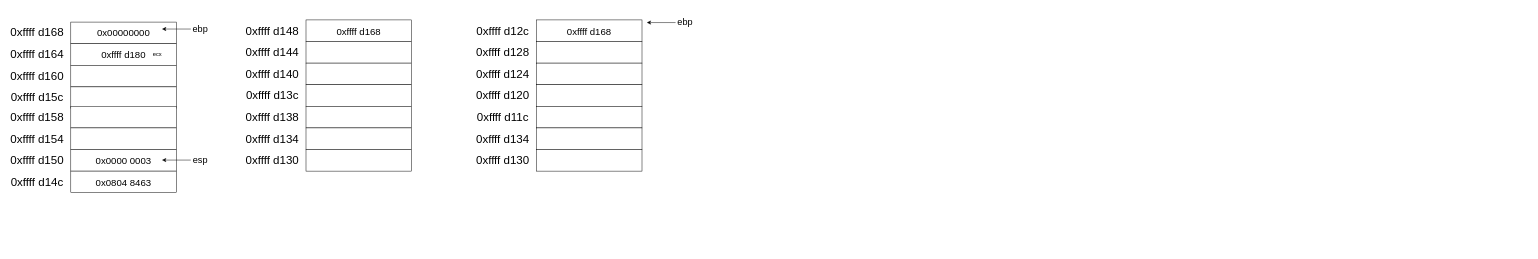
IRiDecenT/graph keeps this draw.io diagram as page "第 11 页" (11 of 11) of ICS实验5.drawio. Above is the earlier version. Source tidied: cells renumbered, new cells numbered last; positions are measured from the earlier drawing's top-left corner, leaving out a move shared by most shapes. Both pictures are drawn from the tidied source at 48%, with x=0, y=0 at pixel (8, 15).
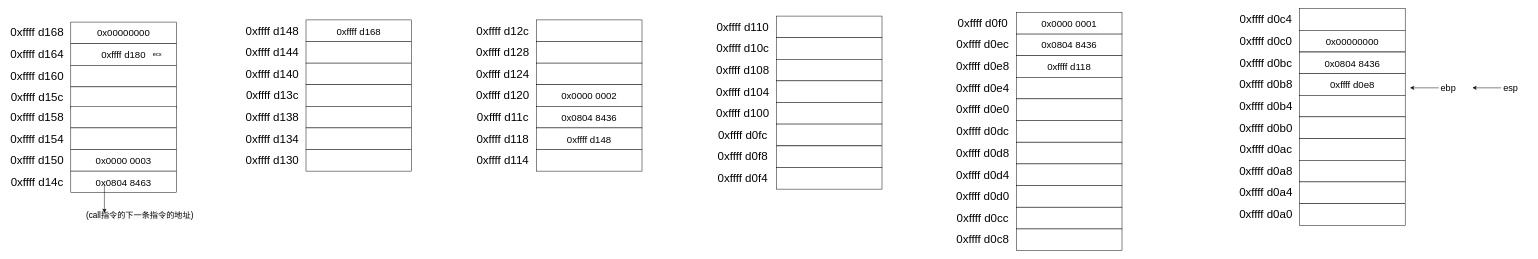
The same page after the edit.

Diff of the diagram source:
```diff
@@
     <mxCell id="19" value="&lt;font style=&quot;font-size: 19px;&quot;&gt;ebp&lt;/font&gt;" style="text;html=1;strokeColor=none;fillColor=none;align=center;verticalAlign=middle;whiteSpace=wrap;rounded=0;fontSize=19;fontStyle=0;" parent="1" vertex="1">
-      <mxGeometry x="360" y="13.5" width="80" height="30" as="geometry" />
+      <mxGeometry x="2960" y="136" width="80" height="30" as="geometry" />
     </mxCell>
     <mxCell id="20" style="endArrow=classic;html=1;rounded=0;fontStyle=0;fontSize=19;" parent="1" edge="1">
       <mxGeometry relative="1" as="geometry">
-        <mxPoint x="380" y="28" as="sourcePoint" />
-        <mxPoint x="320" y="28" as="targetPoint" />
+        <mxPoint x="2980" y="150.5" as="sourcePoint" />
+        <mxPoint x="2920" y="150.5" as="targetPoint" />
       </mxGeometry>
     </mxCell>
@@
-    <mxCell id="35" value="&lt;font style=&quot;font-size: 19px;&quot;&gt;ebp&lt;/font&gt;" style="text;html=1;strokeColor=none;fillColor=none;align=center;verticalAlign=middle;whiteSpace=wrap;rounded=0;fontSize=19;fontStyle=0;" parent="1" vertex="1">
-      <mxGeometry x="1370" width="80" height="30" as="geometry" />
-    </mxCell>
-    <mxCell id="36" style="endArrow=classic;html=1;rounded=0;fontStyle=0;fontSize=19;" parent="1" edge="1">
-      <mxGeometry relative="1" as="geometry">
-        <mxPoint x="1390" y="14.5" as="sourcePoint" />
-        <mxPoint x="1330" y="14.5" as="targetPoint" />
-      </mxGeometry>
-    </mxCell>
@@
-    <mxCell id="38" value="0xffff d168" style="rounded=0;whiteSpace=wrap;html=1;fontSize=20;" parent="1" vertex="1">
+    <mxCell id="38" style="rounded=0;whiteSpace=wrap;html=1;fontSize=20;" parent="1" vertex="1">
       <mxGeometry x="1100" y="9" width="220" height="45" as="geometry" />
     </mxCell>
@@
-    <mxCell id="44" style="rounded=0;whiteSpace=wrap;html=1;fontSize=20;" parent="1" vertex="1">
+    <mxCell id="44" value="0x0000 0002" style="rounded=0;whiteSpace=wrap;html=1;fontSize=20;" parent="1" vertex="1">
       <mxGeometry x="1100" y="144" width="220" height="45" as="geometry" />
     </mxCell>
@@
-    <mxCell id="46" style="rounded=0;whiteSpace=wrap;html=1;fontSize=20;" parent="1" vertex="1">
+    <mxCell id="46" value="0x0804 8436" style="rounded=0;whiteSpace=wrap;html=1;fontSize=20;" parent="1" vertex="1">
       <mxGeometry x="1100" y="189" width="220" height="45" as="geometry" />
     </mxCell>
-    <mxCell id="47" value="&lt;font style=&quot;font-size: 24px;&quot;&gt;0xffff d134&lt;/font&gt;" style="text;html=1;strokeColor=none;fillColor=none;align=center;verticalAlign=middle;whiteSpace=wrap;rounded=0;" parent="1" vertex="1">
+    <mxCell id="47" value="&lt;font style=&quot;font-size: 24px;&quot;&gt;0xffff d118&lt;/font&gt;" style="text;html=1;strokeColor=none;fillColor=none;align=center;verticalAlign=middle;whiteSpace=wrap;rounded=0;" parent="1" vertex="1">
       <mxGeometry x="970" y="241.5" width="120" height="30" as="geometry" />
     </mxCell>
-    <mxCell id="48" style="rounded=0;whiteSpace=wrap;html=1;fontSize=20;" parent="1" vertex="1">
+    <mxCell id="48" value="0xffff d148" style="rounded=0;whiteSpace=wrap;html=1;fontSize=20;" parent="1" vertex="1">
       <mxGeometry x="1100" y="234" width="220" height="45" as="geometry" />
     </mxCell>
-    <mxCell id="49" value="&lt;font style=&quot;font-size: 24px;&quot;&gt;0xffff d130&lt;/font&gt;" style="text;html=1;strokeColor=none;fillColor=none;align=center;verticalAlign=middle;whiteSpace=wrap;rounded=0;" parent="1" vertex="1">
+    <mxCell id="49" value="&lt;font style=&quot;font-size: 24px;&quot;&gt;0xffff d114&lt;/font&gt;" style="text;html=1;strokeColor=none;fillColor=none;align=center;verticalAlign=middle;whiteSpace=wrap;rounded=0;" parent="1" vertex="1">
       <mxGeometry x="970" y="286.5" width="120" height="30" as="geometry" />
     </mxCell>
@@
     <mxCell id="51" value="&lt;font style=&quot;font-size: 19px;&quot;&gt;esp&lt;/font&gt;" style="text;html=1;strokeColor=none;fillColor=none;align=center;verticalAlign=middle;whiteSpace=wrap;rounded=0;fontSize=19;fontStyle=0;" parent="1" vertex="1">
-      <mxGeometry x="360" y="286.5" width="80" height="30" as="geometry" />
+      <mxGeometry x="3090" y="136" width="80" height="30" as="geometry" />
     </mxCell>
     <mxCell id="52" style="endArrow=classic;html=1;rounded=0;fontStyle=0;fontSize=19;" parent="1" edge="1">
       <mxGeometry relative="1" as="geometry">
-        <mxPoint x="380" y="301" as="sourcePoint" />
-        <mxPoint x="320" y="301" as="targetPoint" />
+        <mxPoint x="3110" y="150.5" as="sourcePoint" />
+        <mxPoint x="3050" y="150.5" as="targetPoint" />
       </mxGeometry>
     </mxCell>
+    <mxCell id="53" style="endArrow=classic;html=1;rounded=0;" parent="1" edge="1">
+      <mxGeometry relative="1" as="geometry">
+        <mxPoint x="200" y="351" as="sourcePoint" />
+        <mxPoint x="200" y="411" as="targetPoint" />
+      </mxGeometry>
+    </mxCell>
+    <mxCell id="54" value="&lt;span style=&quot;color: rgb(0, 0, 0); font-family: Helvetica; font-style: normal; font-variant-ligatures: normal; font-variant-caps: normal; font-weight: 400; letter-spacing: normal; orphans: 2; text-align: center; text-indent: 0px; text-transform: none; widows: 2; word-spacing: 0px; -webkit-text-stroke-width: 0px; background-color: rgb(251, 251, 251); text-decoration-thickness: initial; text-decoration-style: initial; text-decoration-color: initial; float: none; display: inline !important;&quot;&gt;&lt;font style=&quot;font-size: 17px;&quot;&gt;(call指令的下一条指令的地址)&lt;/font&gt;&lt;/span&gt;" style="text;whiteSpace=wrap;html=1;" parent="1" vertex="1">
+      <mxGeometry x="160" y="401" width="240" height="50" as="geometry" />
+    </mxCell>
+    <mxCell id="55" value="&lt;font style=&quot;font-size: 24px;&quot;&gt;0xffff d110&lt;/font&gt;" style="text;html=1;strokeColor=none;fillColor=none;align=center;verticalAlign=middle;whiteSpace=wrap;rounded=0;" parent="1" vertex="1">
+      <mxGeometry x="1470" y="8.5" width="120" height="30" as="geometry" />
+    </mxCell>
+    <mxCell id="56" style="rounded=0;whiteSpace=wrap;html=1;fontSize=20;" parent="1" vertex="1">
+      <mxGeometry x="1600" y="1" width="220" height="45" as="geometry" />
+    </mxCell>
+    <mxCell id="57" value="&lt;font style=&quot;font-size: 24px;&quot;&gt;0xffff d10c&lt;/font&gt;" style="text;html=1;strokeColor=none;fillColor=none;align=center;verticalAlign=middle;whiteSpace=wrap;rounded=0;" parent="1" vertex="1">
+      <mxGeometry x="1470" y="53.5" width="120" height="30" as="geometry" />
+    </mxCell>
+    <mxCell id="58" style="rounded=0;whiteSpace=wrap;html=1;fontSize=20;" parent="1" vertex="1">
+      <mxGeometry x="1600" y="46" width="220" height="45" as="geometry" />
+    </mxCell>
+    <mxCell id="59" value="&lt;font style=&quot;font-size: 24px;&quot;&gt;0xffff d108&lt;/font&gt;" style="text;html=1;strokeColor=none;fillColor=none;align=center;verticalAlign=middle;whiteSpace=wrap;rounded=0;" parent="1" vertex="1">
+      <mxGeometry x="1470" y="98.5" width="120" height="30" as="geometry" />
+    </mxCell>
+    <mxCell id="60" style="rounded=0;whiteSpace=wrap;html=1;fontSize=20;" parent="1" vertex="1">
+      <mxGeometry x="1600" y="91" width="220" height="45" as="geometry" />
+    </mxCell>
+    <mxCell id="61" value="&lt;font style=&quot;font-size: 24px;&quot;&gt;0xffff d104&lt;/font&gt;" style="text;html=1;strokeColor=none;fillColor=none;align=center;verticalAlign=middle;whiteSpace=wrap;rounded=0;" parent="1" vertex="1">
+      <mxGeometry x="1470" y="143.5" width="120" height="30" as="geometry" />
+    </mxCell>
+    <mxCell id="62" style="rounded=0;whiteSpace=wrap;html=1;fontSize=20;" parent="1" vertex="1">
+      <mxGeometry x="1600" y="136" width="220" height="45" as="geometry" />
+    </mxCell>
+    <mxCell id="63" value="&lt;font style=&quot;font-size: 24px;&quot;&gt;0xffff d100&lt;/font&gt;" style="text;html=1;strokeColor=none;fillColor=none;align=center;verticalAlign=middle;whiteSpace=wrap;rounded=0;" parent="1" vertex="1">
+      <mxGeometry x="1470" y="188.5" width="120" height="30" as="geometry" />
+    </mxCell>
+    <mxCell id="64" style="rounded=0;whiteSpace=wrap;html=1;fontSize=20;" parent="1" vertex="1">
+      <mxGeometry x="1600" y="181" width="220" height="45" as="geometry" />
+    </mxCell>
+    <mxCell id="65" value="&lt;font style=&quot;font-size: 24px;&quot;&gt;0xffff d0fc&lt;/font&gt;" style="text;html=1;strokeColor=none;fillColor=none;align=center;verticalAlign=middle;whiteSpace=wrap;rounded=0;" parent="1" vertex="1">
+      <mxGeometry x="1470" y="233.5" width="120" height="30" as="geometry" />
+    </mxCell>
+    <mxCell id="66" style="rounded=0;whiteSpace=wrap;html=1;fontSize=20;" parent="1" vertex="1">
+      <mxGeometry x="1600" y="226" width="220" height="45" as="geometry" />
+    </mxCell>
+    <mxCell id="67" value="&lt;font style=&quot;font-size: 24px;&quot;&gt;0xffff d0f8&lt;/font&gt;" style="text;html=1;strokeColor=none;fillColor=none;align=center;verticalAlign=middle;whiteSpace=wrap;rounded=0;" parent="1" vertex="1">
+      <mxGeometry x="1470" y="279" width="120" height="30" as="geometry" />
+    </mxCell>
+    <mxCell id="68" style="rounded=0;whiteSpace=wrap;html=1;fontSize=20;" parent="1" vertex="1">
+      <mxGeometry x="1600" y="271.5" width="220" height="45" as="geometry" />
+    </mxCell>
+    <mxCell id="69" value="&lt;font style=&quot;font-size: 24px;&quot;&gt;0xffff d0f4&lt;/font&gt;" style="text;html=1;strokeColor=none;fillColor=none;align=center;verticalAlign=middle;whiteSpace=wrap;rounded=0;" parent="1" vertex="1">
+      <mxGeometry x="1470" y="324" width="120" height="30" as="geometry" />
+    </mxCell>
+    <mxCell id="70" style="rounded=0;whiteSpace=wrap;html=1;fontSize=20;" parent="1" vertex="1">
+      <mxGeometry x="1600" y="316.5" width="220" height="45" as="geometry" />
+    </mxCell>
+    <mxCell id="71" value="&lt;font style=&quot;font-size: 24px;&quot;&gt;0xffff d0f0&lt;/font&gt;" style="text;html=1;strokeColor=none;fillColor=none;align=center;verticalAlign=middle;whiteSpace=wrap;rounded=0;" parent="1" vertex="1">
+      <mxGeometry x="1970" y="1" width="120" height="30" as="geometry" />
+    </mxCell>
+    <mxCell id="72" value="0x0000 0001" style="rounded=0;whiteSpace=wrap;html=1;fontSize=20;" parent="1" vertex="1">
+      <mxGeometry x="2100" y="-6.5" width="220" height="45" as="geometry" />
+    </mxCell>
+    <mxCell id="73" value="&lt;font style=&quot;font-size: 24px;&quot;&gt;0xffff d0ec&lt;/font&gt;" style="text;html=1;strokeColor=none;fillColor=none;align=center;verticalAlign=middle;whiteSpace=wrap;rounded=0;" parent="1" vertex="1">
+      <mxGeometry x="1970" y="46" width="120" height="30" as="geometry" />
+    </mxCell>
+    <mxCell id="74" value="0x0804 8436" style="rounded=0;whiteSpace=wrap;html=1;fontSize=20;" parent="1" vertex="1">
+      <mxGeometry x="2100" y="38.5" width="220" height="45" as="geometry" />
+    </mxCell>
+    <mxCell id="75" value="&lt;font style=&quot;font-size: 24px;&quot;&gt;0xffff d0e8&lt;/font&gt;" style="text;html=1;strokeColor=none;fillColor=none;align=center;verticalAlign=middle;whiteSpace=wrap;rounded=0;" parent="1" vertex="1">
+      <mxGeometry x="1970" y="91" width="120" height="30" as="geometry" />
+    </mxCell>
+    <mxCell id="76" value="0xffff d118" style="rounded=0;whiteSpace=wrap;html=1;fontSize=20;" parent="1" vertex="1">
+      <mxGeometry x="2100" y="83.5" width="220" height="45" as="geometry" />
+    </mxCell>
+    <mxCell id="77" value="&lt;font style=&quot;font-size: 24px;&quot;&gt;0xffff d0e4&lt;/font&gt;" style="text;html=1;strokeColor=none;fillColor=none;align=center;verticalAlign=middle;whiteSpace=wrap;rounded=0;" parent="1" vertex="1">
+      <mxGeometry x="1970" y="136" width="120" height="30" as="geometry" />
+    </mxCell>
+    <mxCell id="78" style="rounded=0;whiteSpace=wrap;html=1;fontSize=20;" parent="1" vertex="1">
+      <mxGeometry x="2100" y="128.5" width="220" height="45" as="geometry" />
+    </mxCell>
+    <mxCell id="79" value="&lt;font style=&quot;font-size: 24px;&quot;&gt;0xffff d0e0&lt;/font&gt;" style="text;html=1;strokeColor=none;fillColor=none;align=center;verticalAlign=middle;whiteSpace=wrap;rounded=0;" parent="1" vertex="1">
+      <mxGeometry x="1970" y="181" width="120" height="30" as="geometry" />
+    </mxCell>
+    <mxCell id="80" style="rounded=0;whiteSpace=wrap;html=1;fontSize=20;" parent="1" vertex="1">
+      <mxGeometry x="2100" y="173.5" width="220" height="45" as="geometry" />
+    </mxCell>
+    <mxCell id="81" value="&lt;font style=&quot;font-size: 24px;&quot;&gt;0xffff d0dc&lt;/font&gt;" style="text;html=1;strokeColor=none;fillColor=none;align=center;verticalAlign=middle;whiteSpace=wrap;rounded=0;" parent="1" vertex="1">
+      <mxGeometry x="1970" y="226" width="120" height="30" as="geometry" />
+    </mxCell>
+    <mxCell id="82" style="rounded=0;whiteSpace=wrap;html=1;fontSize=20;" parent="1" vertex="1">
+      <mxGeometry x="2100" y="218.5" width="220" height="45" as="geometry" />
+    </mxCell>
+    <mxCell id="83" value="&lt;font style=&quot;font-size: 24px;&quot;&gt;0xffff d0d8&lt;/font&gt;" style="text;html=1;strokeColor=none;fillColor=none;align=center;verticalAlign=middle;whiteSpace=wrap;rounded=0;" parent="1" vertex="1">
+      <mxGeometry x="1970" y="271.5" width="120" height="30" as="geometry" />
+    </mxCell>
+    <mxCell id="84" style="rounded=0;whiteSpace=wrap;html=1;fontSize=20;" parent="1" vertex="1">
+      <mxGeometry x="2100" y="264" width="220" height="45" as="geometry" />
+    </mxCell>
+    <mxCell id="85" value="&lt;font style=&quot;font-size: 24px;&quot;&gt;0xffff d0d4&lt;/font&gt;" style="text;html=1;strokeColor=none;fillColor=none;align=center;verticalAlign=middle;whiteSpace=wrap;rounded=0;" parent="1" vertex="1">
+      <mxGeometry x="1970" y="316.5" width="120" height="30" as="geometry" />
+    </mxCell>
+    <mxCell id="86" style="rounded=0;whiteSpace=wrap;html=1;fontSize=20;" parent="1" vertex="1">
+      <mxGeometry x="2100" y="309" width="220" height="45" as="geometry" />
+    </mxCell>
+    <mxCell id="87" value="&lt;font style=&quot;font-size: 24px;&quot;&gt;0xffff d0d0&lt;/font&gt;" style="text;html=1;strokeColor=none;fillColor=none;align=center;verticalAlign=middle;whiteSpace=wrap;rounded=0;" parent="1" vertex="1">
+      <mxGeometry x="1970" y="361.5" width="120" height="30" as="geometry" />
+    </mxCell>
+    <mxCell id="88" style="rounded=0;whiteSpace=wrap;html=1;fontSize=20;" parent="1" vertex="1">
+      <mxGeometry x="2100" y="354" width="220" height="45" as="geometry" />
+    </mxCell>
+    <mxCell id="89" value="&lt;font style=&quot;font-size: 24px;&quot;&gt;0xffff d0cc&lt;/font&gt;" style="text;html=1;strokeColor=none;fillColor=none;align=center;verticalAlign=middle;whiteSpace=wrap;rounded=0;" parent="1" vertex="1">
+      <mxGeometry x="1970" y="407" width="120" height="30" as="geometry" />
+    </mxCell>
+    <mxCell id="90" style="rounded=0;whiteSpace=wrap;html=1;fontSize=20;" parent="1" vertex="1">
+      <mxGeometry x="2100" y="399.5" width="220" height="45" as="geometry" />
+    </mxCell>
+    <mxCell id="91" value="&lt;font style=&quot;font-size: 24px;&quot;&gt;0xffff d0c8&lt;/font&gt;" style="text;html=1;strokeColor=none;fillColor=none;align=center;verticalAlign=middle;whiteSpace=wrap;rounded=0;" parent="1" vertex="1">
+      <mxGeometry x="1970" y="452" width="120" height="30" as="geometry" />
+    </mxCell>
+    <mxCell id="92" style="rounded=0;whiteSpace=wrap;html=1;fontSize=20;" parent="1" vertex="1">
+      <mxGeometry x="2100" y="444.5" width="220" height="45" as="geometry" />
+    </mxCell>
+    <mxCell id="93" value="&lt;font style=&quot;font-size: 24px;&quot;&gt;0xffff d0c4&lt;/font&gt;" style="text;html=1;strokeColor=none;fillColor=none;align=center;verticalAlign=middle;whiteSpace=wrap;rounded=0;" parent="1" vertex="1">
+      <mxGeometry x="2560" y="-7" width="120" height="30" as="geometry" />
+    </mxCell>
+    <mxCell id="94" style="rounded=0;whiteSpace=wrap;html=1;fontSize=20;" parent="1" vertex="1">
+      <mxGeometry x="2690" y="-14.5" width="220" height="45" as="geometry" />
+    </mxCell>
+    <mxCell id="95" value="&lt;font style=&quot;font-size: 24px;&quot;&gt;0xffff d0c0&lt;/font&gt;" style="text;html=1;strokeColor=none;fillColor=none;align=center;verticalAlign=middle;whiteSpace=wrap;rounded=0;" parent="1" vertex="1">
+      <mxGeometry x="2560" y="38" width="120" height="30" as="geometry" />
+    </mxCell>
+    <mxCell id="96" value="0x00000000" style="rounded=0;whiteSpace=wrap;html=1;fontSize=20;" parent="1" vertex="1">
+      <mxGeometry x="2690" y="30.5" width="220" height="45" as="geometry" />
+    </mxCell>
+    <mxCell id="97" value="&lt;font style=&quot;font-size: 24px;&quot;&gt;0xffff d0bc&lt;/font&gt;" style="text;html=1;strokeColor=none;fillColor=none;align=center;verticalAlign=middle;whiteSpace=wrap;rounded=0;" parent="1" vertex="1">
+      <mxGeometry x="2560" y="83.5" width="120" height="30" as="geometry" />
+    </mxCell>
+    <mxCell id="98" value="0x0804 8436" style="rounded=0;whiteSpace=wrap;html=1;fontSize=20;" parent="1" vertex="1">
+      <mxGeometry x="2690" y="76" width="220" height="45" as="geometry" />
+    </mxCell>
+    <mxCell id="99" value="&lt;font style=&quot;font-size: 24px;&quot;&gt;0xffff d0b8&lt;/font&gt;" style="text;html=1;strokeColor=none;fillColor=none;align=center;verticalAlign=middle;whiteSpace=wrap;rounded=0;" parent="1" vertex="1">
+      <mxGeometry x="2560" y="128.5" width="120" height="30" as="geometry" />
+    </mxCell>
+    <mxCell id="100" value="0xffff d0e8" style="rounded=0;whiteSpace=wrap;html=1;fontSize=20;" parent="1" vertex="1">
+      <mxGeometry x="2690" y="121" width="220" height="45" as="geometry" />
+    </mxCell>
+    <mxCell id="101" value="&lt;font style=&quot;font-size: 24px;&quot;&gt;0xffff d0b4&lt;/font&gt;" style="text;html=1;strokeColor=none;fillColor=none;align=center;verticalAlign=middle;whiteSpace=wrap;rounded=0;" parent="1" vertex="1">
+      <mxGeometry x="2560" y="173.5" width="120" height="30" as="geometry" />
+    </mxCell>
+    <mxCell id="102" style="rounded=0;whiteSpace=wrap;html=1;fontSize=20;" parent="1" vertex="1">
+      <mxGeometry x="2690" y="166" width="220" height="45" as="geometry" />
+    </mxCell>
+    <mxCell id="103" value="&lt;font style=&quot;font-size: 24px;&quot;&gt;0xffff d0b0&lt;/font&gt;" style="text;html=1;strokeColor=none;fillColor=none;align=center;verticalAlign=middle;whiteSpace=wrap;rounded=0;" parent="1" vertex="1">
+      <mxGeometry x="2560" y="218.5" width="120" height="30" as="geometry" />
+    </mxCell>
+    <mxCell id="104" style="rounded=0;whiteSpace=wrap;html=1;fontSize=20;" parent="1" vertex="1">
+      <mxGeometry x="2690" y="211" width="220" height="45" as="geometry" />
+    </mxCell>
+    <mxCell id="105" value="&lt;font style=&quot;font-size: 24px;&quot;&gt;0xffff d0ac&lt;/font&gt;" style="text;html=1;strokeColor=none;fillColor=none;align=center;verticalAlign=middle;whiteSpace=wrap;rounded=0;" parent="1" vertex="1">
+      <mxGeometry x="2560" y="264" width="120" height="30" as="geometry" />
+    </mxCell>
+    <mxCell id="106" style="rounded=0;whiteSpace=wrap;html=1;fontSize=20;" parent="1" vertex="1">
+      <mxGeometry x="2690" y="256.5" width="220" height="45" as="geometry" />
+    </mxCell>
+    <mxCell id="107" value="&lt;font style=&quot;font-size: 24px;&quot;&gt;0xffff d0a8&lt;/font&gt;" style="text;html=1;strokeColor=none;fillColor=none;align=center;verticalAlign=middle;whiteSpace=wrap;rounded=0;" parent="1" vertex="1">
+      <mxGeometry x="2560" y="309" width="120" height="30" as="geometry" />
+    </mxCell>
+    <mxCell id="108" style="rounded=0;whiteSpace=wrap;html=1;fontSize=20;" parent="1" vertex="1">
+      <mxGeometry x="2690" y="301.5" width="220" height="45" as="geometry" />
+    </mxCell>
+    <mxCell id="109" value="&lt;font style=&quot;font-size: 24px;&quot;&gt;0xffff d0a4&lt;/font&gt;" style="text;html=1;strokeColor=none;fillColor=none;align=center;verticalAlign=middle;whiteSpace=wrap;rounded=0;" parent="1" vertex="1">
+      <mxGeometry x="2560" y="354" width="120" height="30" as="geometry" />
+    </mxCell>
+    <mxCell id="110" style="rounded=0;whiteSpace=wrap;html=1;fontSize=20;" parent="1" vertex="1">
+      <mxGeometry x="2690" y="346.5" width="220" height="45" as="geometry" />
+    </mxCell>
+    <mxCell id="111" value="&lt;font style=&quot;font-size: 24px;&quot;&gt;0xffff d0a0&lt;/font&gt;" style="text;html=1;strokeColor=none;fillColor=none;align=center;verticalAlign=middle;whiteSpace=wrap;rounded=0;" parent="1" vertex="1">
+      <mxGeometry x="2560" y="399.5" width="120" height="30" as="geometry" />
+    </mxCell>
+    <mxCell id="112" style="rounded=0;whiteSpace=wrap;html=1;fontSize=20;" parent="1" vertex="1">
+      <mxGeometry x="2690" y="392" width="220" height="45" as="geometry" />
+    </mxCell>
```
